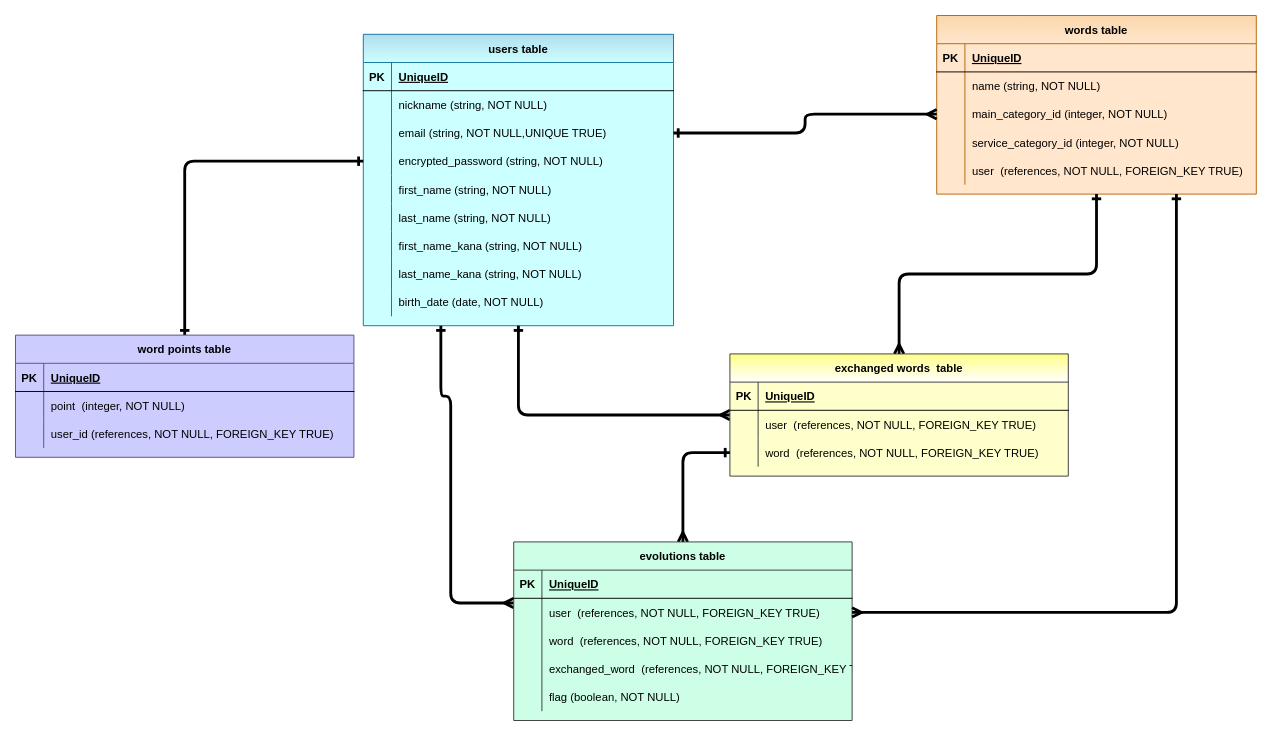
The draw.io diagram E-R図.dio in portfoliokns/word_experience, before the edit. Source tidied: cells renumbered, new cells numbered last; positions are measured from the earlier drawing's top-left corner, leaving out a move shared by most shapes. Both pictures are drawn from the tidied source at 94%, with x=0, y=0 at pixel (15, 15).
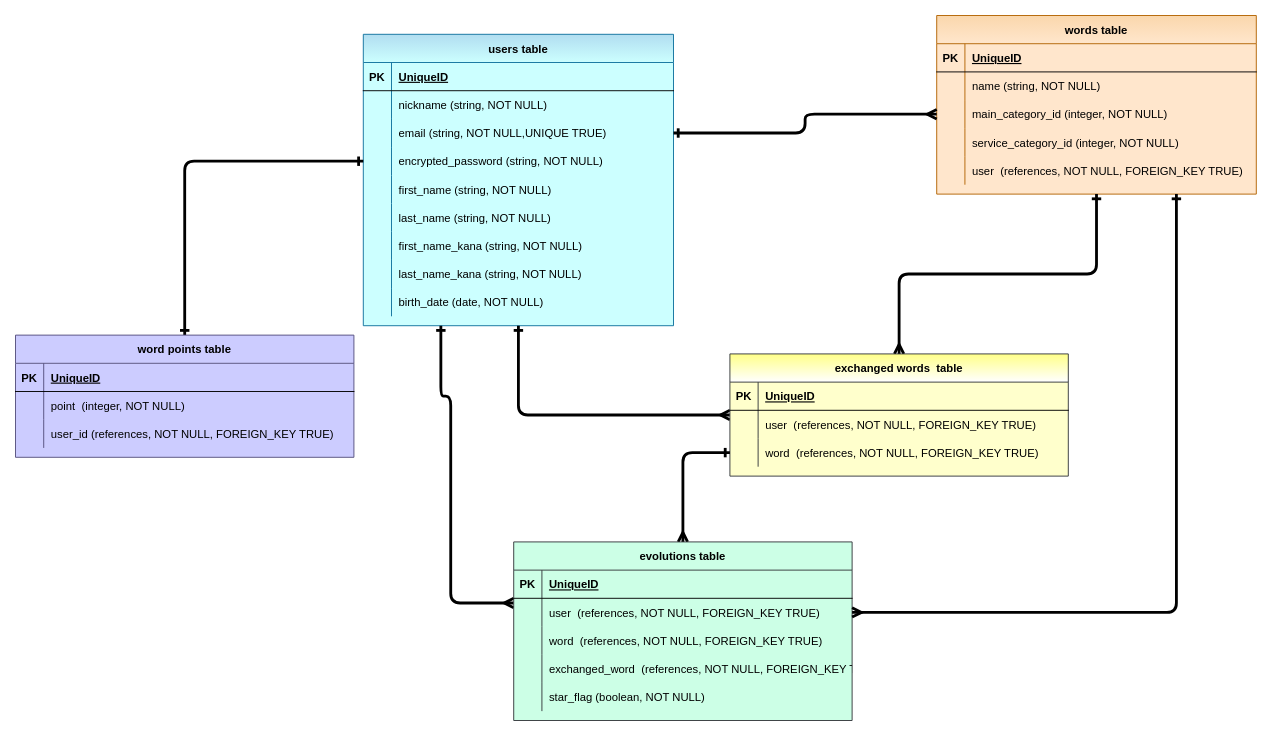
The same diagram, later.

Unchanged cells that the change refers to:
```xml
<mxCell id="85" style="shape=partialRectangle;fillColor=none;top=0;left=0;bottom=0;right=0;" parent="72" vertex="1">
  <mxGeometry y="150" width="360" height="30" as="geometry" />
</mxCell>
```

The edit, as a diff of the source:
```diff
@@
-    <mxCell id="87" value="flag (boolean, NOT NULL)" style="shape=partialRectangle;fillColor=none;top=0;left=0;bottom=0;right=0;align=left;spacingLeft=6;overflow=hidden;fontColor=#000000;" parent="85" vertex="1">
+    <mxCell id="87" value="star_flag (boolean, NOT NULL)" style="shape=partialRectangle;fillColor=none;top=0;left=0;bottom=0;right=0;align=left;spacingLeft=6;overflow=hidden;fontColor=#000000;" parent="85" vertex="1">
       <mxGeometry x="30" width="330" height="30" as="geometry" />
     </mxCell>
```
